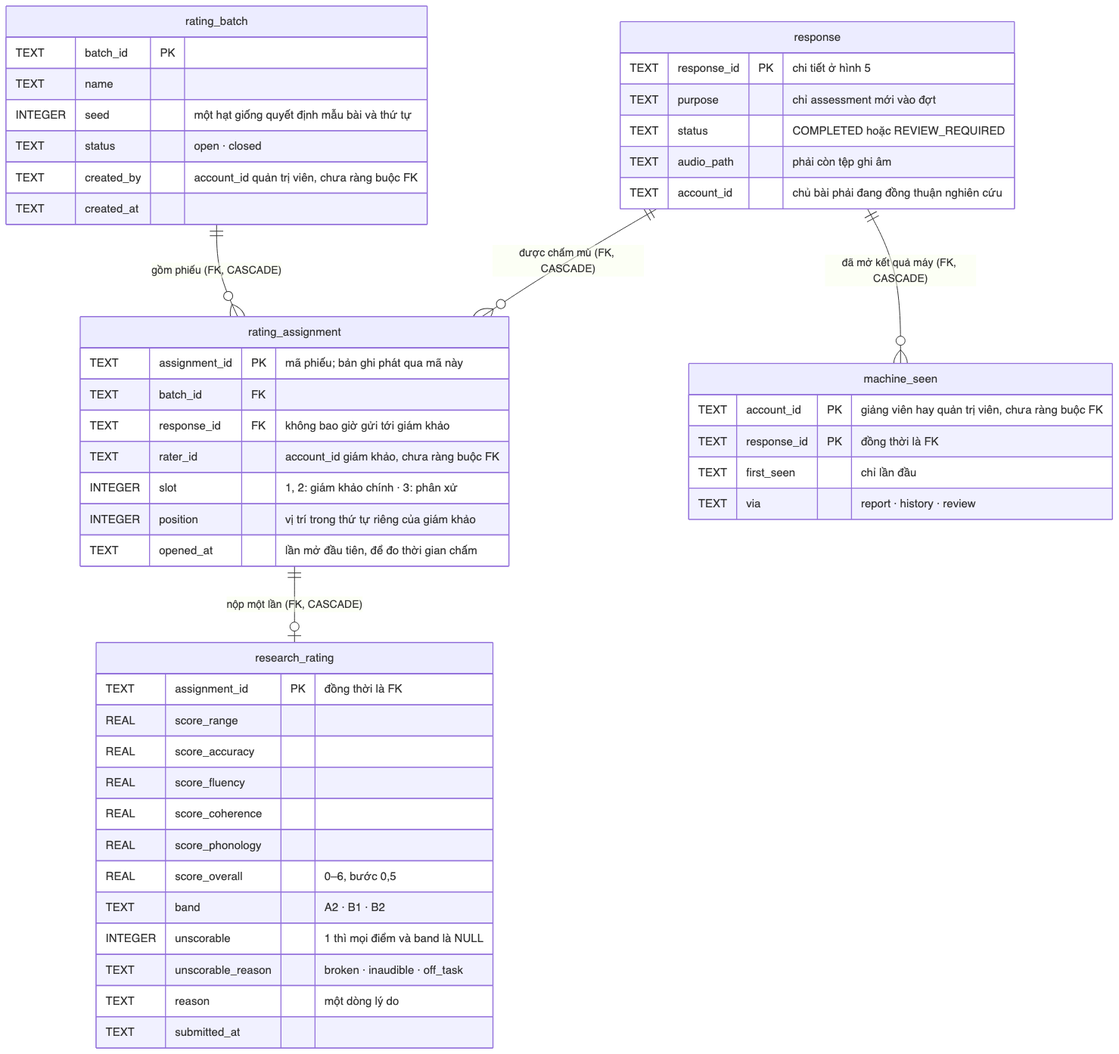
This is docs/sdd/images/05d_erd_rating.png from ThanhSangLouis/ai-assessor-cefr, a Mermaid export, as it was before one commit. Its source is kept beside it as docs/sdd/diagrams/05d_erd_rating.mmd.
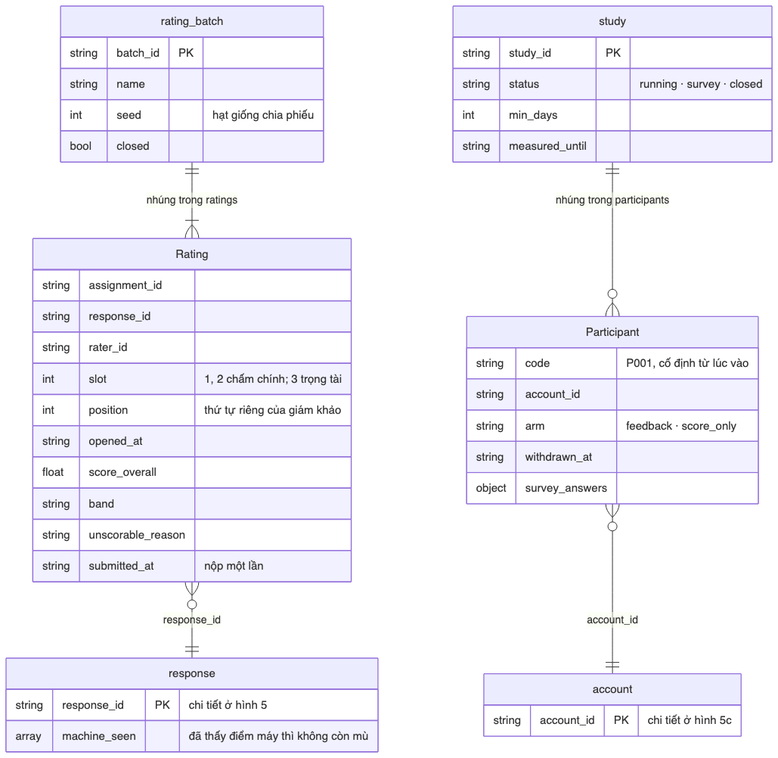
Above is the later version.

What changed in the source:
```diff
@@ -1,54 +1,49 @@
 erDiagram
-    rating_batch ||--o{ rating_assignment : "gồm phiếu (FK, CASCADE)"
-    response ||--o{ rating_assignment : "được chấm mù (FK, CASCADE)"
-    rating_assignment ||--o| research_rating : "nộp một lần (FK, CASCADE)"
-    response ||--o{ machine_seen : "đã mở kết quả máy (FK, CASCADE)"
+    rating_batch ||--|{ Rating : "nhúng trong ratings"
+    Rating }o--|| response : "response_id"
+    study ||--o{ Participant : "nhúng trong participants"
+    Participant }o--|| account : "account_id"
+
+    rating_batch {
+        string batch_id PK
+        string name
+        int seed "hạt giống chia phiếu"
+        bool closed
+    }
+
+    Rating {
+        string assignment_id
+        string response_id
+        string rater_id
+        int slot "1, 2 chấm chính; 3 trọng tài"
+        int position "thứ tự riêng của giám khảo"
+        string opened_at
+        float score_overall
+        string band
+        string unscorable_reason
+        string submitted_at "nộp một lần"
+    }
 
     response {
-        TEXT response_id PK "chi tiết ở hình 5"
-        TEXT purpose "chỉ assessment mới vào đợt"
-        TEXT status "COMPLETED hoặc REVIEW_REQUIRED"
-        TEXT audio_path "phải còn tệp ghi âm"
-        TEXT account_id "chủ bài phải đang đồng thuận nghiên cứu"
+        string response_id PK "chi tiết ở hình 5"
+        array machine_seen "đã thấy điểm máy thì không còn mù"
     }
 
-    rating_batch {
-        TEXT batch_id PK
-        TEXT name
-        INTEGER seed "một hạt giống quyết định mẫu bài và thứ tự"
-        TEXT status "open · closed"
-        TEXT created_by "account_id quản trị viên, chưa ràng buộc FK"
-        TEXT created_at
+    study {
+        string study_id PK
+        string status "running · survey · closed"
+        int min_days
+        string measured_until
     }
 
-    rating_assignment {
-        TEXT assignment_id PK "mã phiếu; bản ghi phát qua mã này"
-        TEXT batch_id FK
-        TEXT response_id FK "không bao giờ gửi tới giám khảo"
-        TEXT rater_id "account_id giám khảo, chưa ràng buộc FK"
-        INTEGER slot "1, 2: giám khảo chính · 3: phân xử"
-        INTEGER position "vị trí trong thứ tự riêng của giám khảo"
-        TEXT opened_at "lần mở đầu tiên, để đo thời gian chấm"
+    Participant {
+        string code "P001, cố định từ lúc vào"
+        string account_id
+        string arm "feedback · score_only"
+        string withdrawn_at
+        object survey_answers
     }
 
-    machine_seen {
-        TEXT account_id PK "giảng viên hay quản trị viên, chưa ràng buộc FK"
-        TEXT response_id PK "đồng thời là FK"
-        TEXT first_seen "chỉ lần đầu"
-        TEXT via "report · history · review"
+    account {
+        string account_id PK "chi tiết ở hình 5c"
     }
-
-    research_rating {
-        TEXT assignment_id PK "đồng thời là FK"
-        REAL score_range
-        REAL score_accuracy
-        REAL score_fluency
-        REAL score_coherence
-        REAL score_phonology
-        REAL score_overall "0–6, bước 0,5"
-        TEXT band "A2 · B1 · B2"
-        INTEGER unscorable "1 thì mọi điểm và band là NULL"
-        TEXT unscorable_reason "broken · inaudible · off_task"
-        TEXT reason "một dòng lý do"
-        TEXT submitted_at
-    }
```
